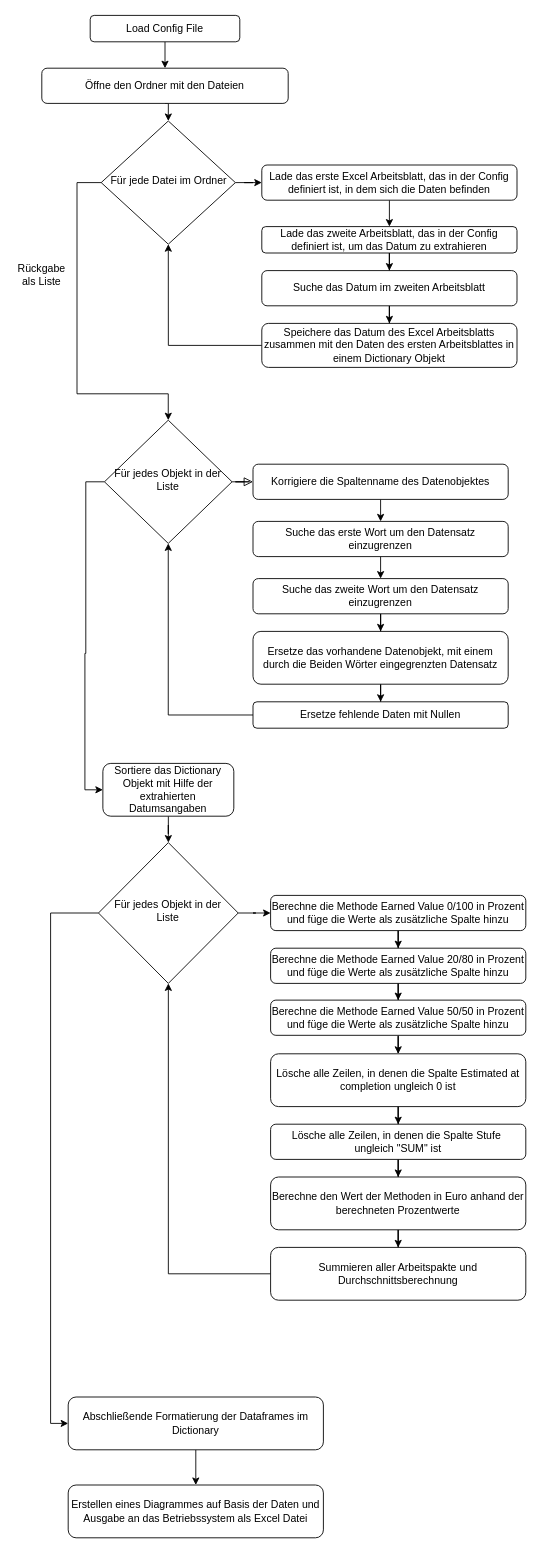
Above: Ablaufdiagramm_Funktionen.drawio in INKSec/Diagramme (draw.io), before the change. Source tidied: cells renumbered, new cells numbered last; positions are measured from the earlier drawing's top-left corner, leaving out a move shared by most shapes. Both pictures are drawn from the tidied source at 88%, with x=0, y=0 at pixel (15, 15).
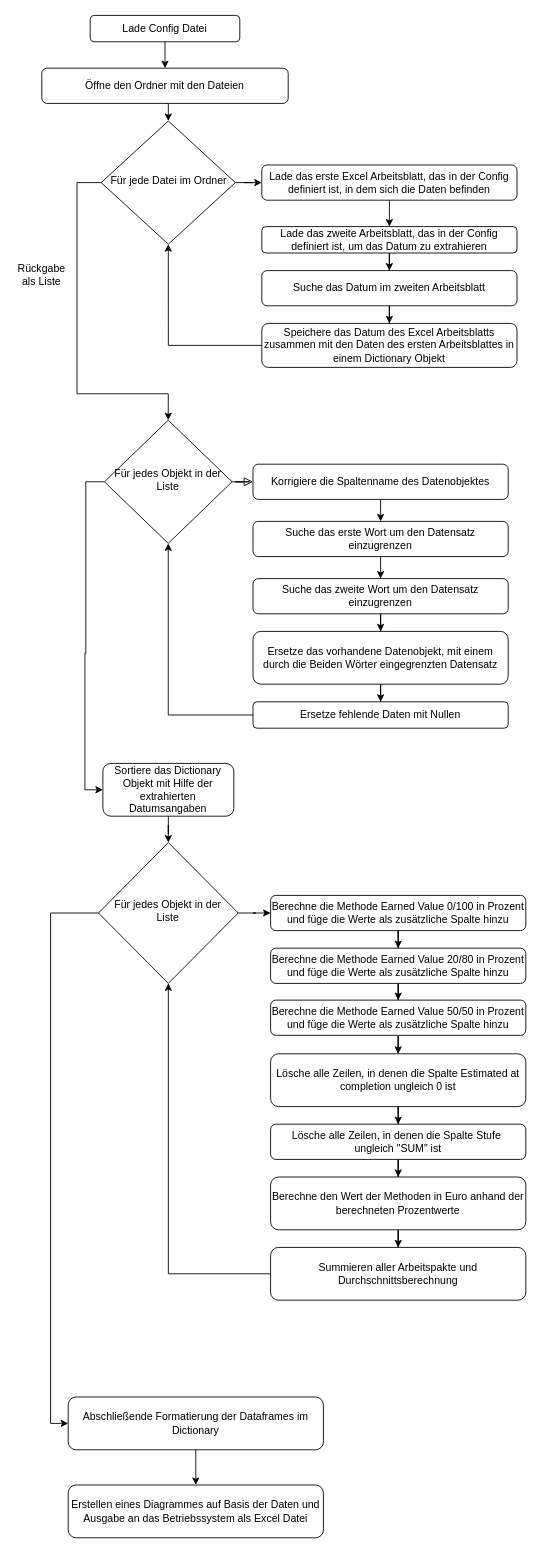
Above is the later version.

Change to the diagram source:
```diff
@@
-    <mxCell id="10" value="Load Config File" style="rounded=1;whiteSpace=wrap;html=1;" parent="1" vertex="1">
+    <mxCell id="10" value="Lade Config Datei" style="rounded=1;whiteSpace=wrap;html=1;" parent="1" vertex="1">
       <mxGeometry x="85" width="170" height="30" as="geometry" />
     </mxCell>
```
